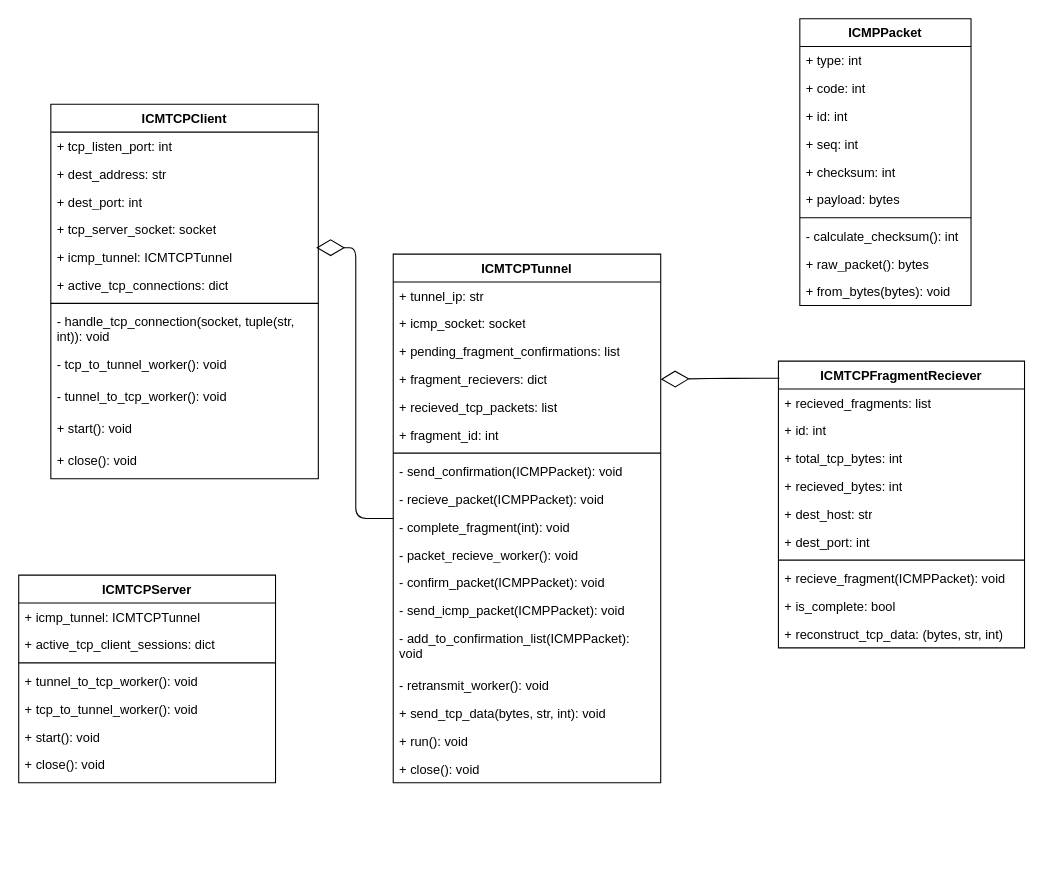
Above: design.drawio in DaniMeijler/icmtcp (draw.io), before the change. Source tidied: cells renumbered, new cells numbered last; positions are measured from the earlier drawing's top-left corner, leaving out a move shared by most shapes. Both pictures are drawn from the tidied source at 107%, with x=0, y=0 at pixel (18, 18).
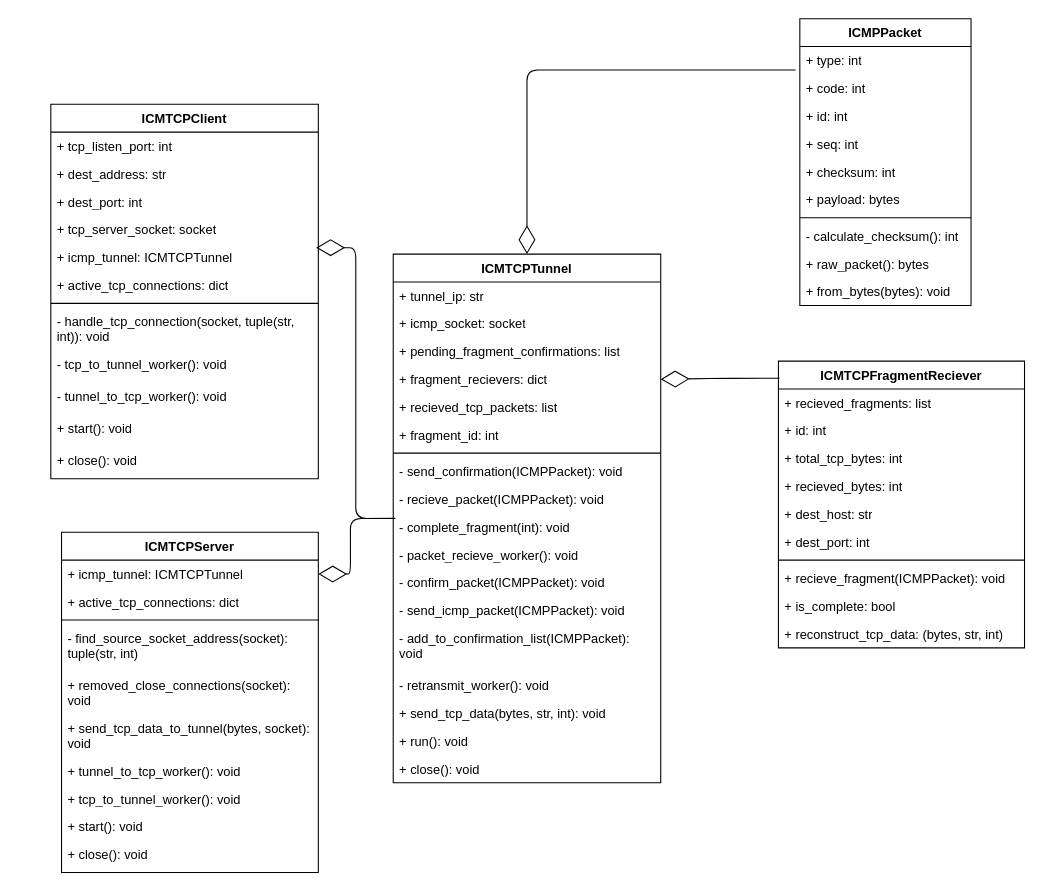
The same diagram, later.

The change refers to these unchanged cells:
```xml
<mxCell id="15" value="ICMTCPTunnel" style="swimlane;fontStyle=1;align=center;verticalAlign=top;horizontal=1;startSize=26;whiteSpace=wrap;html=1;" parent="1" vertex="1">
  <mxGeometry x="350" y="220" width="250" height="494" as="geometry" />
</mxCell>
<mxCell id="25" value="- complete_fragment(int): void" style="text;strokeColor=none;fillColor=none;align=left;verticalAlign=top;spacingLeft=4;spacingRight=4;overflow=hidden;points=[[0,0.5],[1,0.5]];portConstraint=eastwest;whiteSpace=wrap;html=1;" parent="15" vertex="1">
  <mxGeometry y="242" width="250" height="26" as="geometry" />
</mxCell>
<mxCell id="49" value="+ code: int" style="text;strokeColor=none;fillColor=none;align=left;verticalAlign=top;spacingLeft=4;spacingRight=4;overflow=hidden;points=[[0,0.5],[1,0.5]];portConstraint=eastwest;whiteSpace=wrap;html=1;" parent="47" vertex="1">
  <mxGeometry y="52" width="160" height="26" as="geometry" />
</mxCell>
<mxCell id="59" value="+ icmp_tunnel: ICMTCPTunnel&amp;nbsp;" style="text;strokeColor=none;fillColor=none;align=left;verticalAlign=top;spacingLeft=4;spacingRight=4;overflow=hidden;points=[[0,0.5],[1,0.5]];portConstraint=eastwest;whiteSpace=wrap;html=1;" parent="58" vertex="1">
  <mxGeometry y="26" width="240" height="26" as="geometry" />
</mxCell>
```

Change to the diagram source:
```diff
@@
     <mxCell id="58" value="ICMTCPServer" style="swimlane;fontStyle=1;align=center;verticalAlign=top;horizontal=1;startSize=26;whiteSpace=wrap;html=1;" parent="1" vertex="1">
-      <mxGeometry y="520" width="240" height="194" as="geometry" />
+      <mxGeometry x="40" y="480" width="240" height="318" as="geometry" />
     </mxCell>
@@
-    <mxCell id="60" value="+ active_tcp_client_sessions: dict" style="text;strokeColor=none;fillColor=none;align=left;verticalAlign=top;spacingLeft=4;spacingRight=4;overflow=hidden;whiteSpace=wrap;html=1;" parent="58" vertex="1">
+    <mxCell id="60" value="+ active_tcp_connections: dict" style="text;strokeColor=none;fillColor=none;align=left;verticalAlign=top;spacingLeft=4;spacingRight=4;overflow=hidden;whiteSpace=wrap;html=1;" parent="58" vertex="1">
       <mxGeometry y="52" width="240" height="26" as="geometry" />
     </mxCell>
@@
+    <mxCell id="66" value="- find_source_socket_address(socket): tuple(str, int)" style="text;strokeColor=none;fillColor=none;align=left;verticalAlign=top;spacingLeft=4;spacingRight=4;overflow=hidden;whiteSpace=wrap;html=1;" parent="58" vertex="1">
+      <mxGeometry y="86" width="240" height="44" as="geometry" />
+    </mxCell>
+    <mxCell id="67" value="+ removed_close_connections(socket): void" style="text;strokeColor=none;fillColor=none;align=left;verticalAlign=top;spacingLeft=4;spacingRight=4;overflow=hidden;whiteSpace=wrap;html=1;" parent="58" vertex="1">
+      <mxGeometry y="130" width="240" height="40" as="geometry" />
+    </mxCell>
+    <mxCell id="68" value="+ send_tcp_data_to_tunnel(bytes, socket): void" style="text;strokeColor=none;fillColor=none;align=left;verticalAlign=top;spacingLeft=4;spacingRight=4;overflow=hidden;whiteSpace=wrap;html=1;" parent="58" vertex="1">
+      <mxGeometry y="170" width="240" height="40" as="geometry" />
+    </mxCell>
     <mxCell id="62" value="+ tunnel_to_tcp_worker(): void" style="text;strokeColor=none;fillColor=none;align=left;verticalAlign=top;spacingLeft=4;spacingRight=4;overflow=hidden;whiteSpace=wrap;html=1;" parent="58" vertex="1">
-      <mxGeometry y="86" width="240" height="26" as="geometry" />
+      <mxGeometry y="210" width="240" height="26" as="geometry" />
     </mxCell>
     <mxCell id="63" value="+ tcp_to_tunnel_worker(): void" style="text;strokeColor=none;fillColor=none;align=left;verticalAlign=top;spacingLeft=4;spacingRight=4;overflow=hidden;whiteSpace=wrap;html=1;" parent="58" vertex="1">
-      <mxGeometry y="112" width="240" height="26" as="geometry" />
+      <mxGeometry y="236" width="240" height="26" as="geometry" />
     </mxCell>
     <mxCell id="64" value="+ start(): void" style="text;strokeColor=none;fillColor=none;align=left;verticalAlign=top;spacingLeft=4;spacingRight=4;overflow=hidden;whiteSpace=wrap;html=1;" parent="58" vertex="1">
-      <mxGeometry y="138" width="240" height="26" as="geometry" />
+      <mxGeometry y="262" width="240" height="26" as="geometry" />
     </mxCell>
     <mxCell id="65" value="+ close(): void" style="text;strokeColor=none;fillColor=none;align=left;verticalAlign=top;spacingLeft=4;spacingRight=4;overflow=hidden;whiteSpace=wrap;html=1;" parent="58" vertex="1">
-      <mxGeometry y="164" width="240" height="30" as="geometry" />
+      <mxGeometry y="288" width="240" height="30" as="geometry" />
     </mxCell>
+    <mxCell id="69" style="endArrow=diamondThin;endFill=0;endSize=24;html=1;edgeStyle=orthogonalEdgeStyle;exitX=0.008;exitY=0.192;exitDx=0;exitDy=0;exitPerimeter=0;entryX=1;entryY=0.5;entryDx=0;entryDy=0;" parent="1" edge="1" source="25" target="59">
+      <mxGeometry relative="1" as="geometry">
+        <Array as="points">
+          <mxPoint x="310" y="467" />
+          <mxPoint x="310" y="519" />
+        </Array>
+      </mxGeometry>
+    </mxCell>
+    <mxCell id="70" style="endArrow=diamondThin;endFill=0;endSize=24;html=1;edgeStyle=orthogonalEdgeStyle;exitX=-0.025;exitY=-0.154;exitDx=0;exitDy=0;exitPerimeter=0;" parent="1" edge="1" source="49" target="15">
+      <mxGeometry relative="1" as="geometry" />
+    </mxCell>
```
